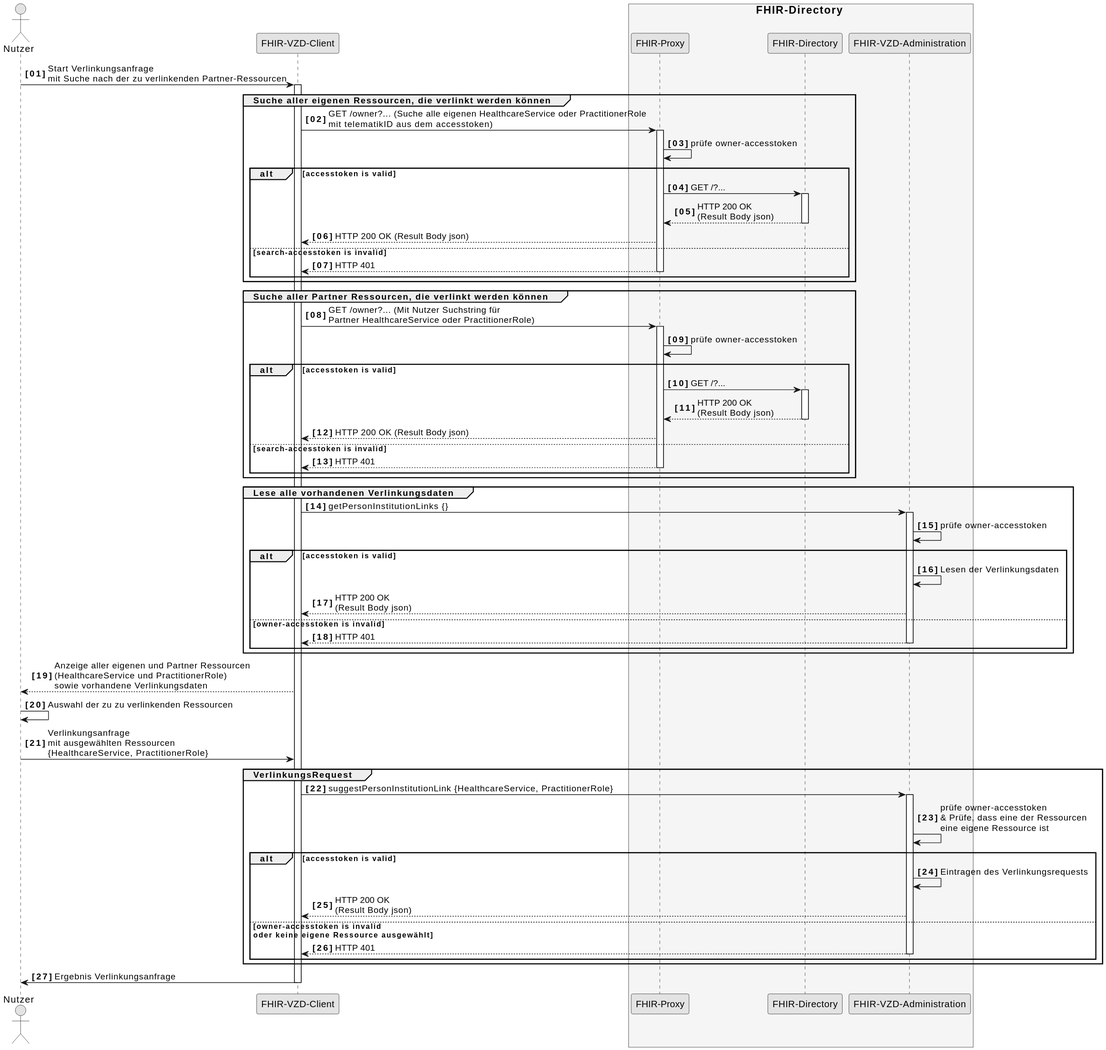
Above: images/diagrams/SequenceDiagram.FHIR-Directory.LinkRequest.svg in gematik/api-vzd (PlantUML), before the change.
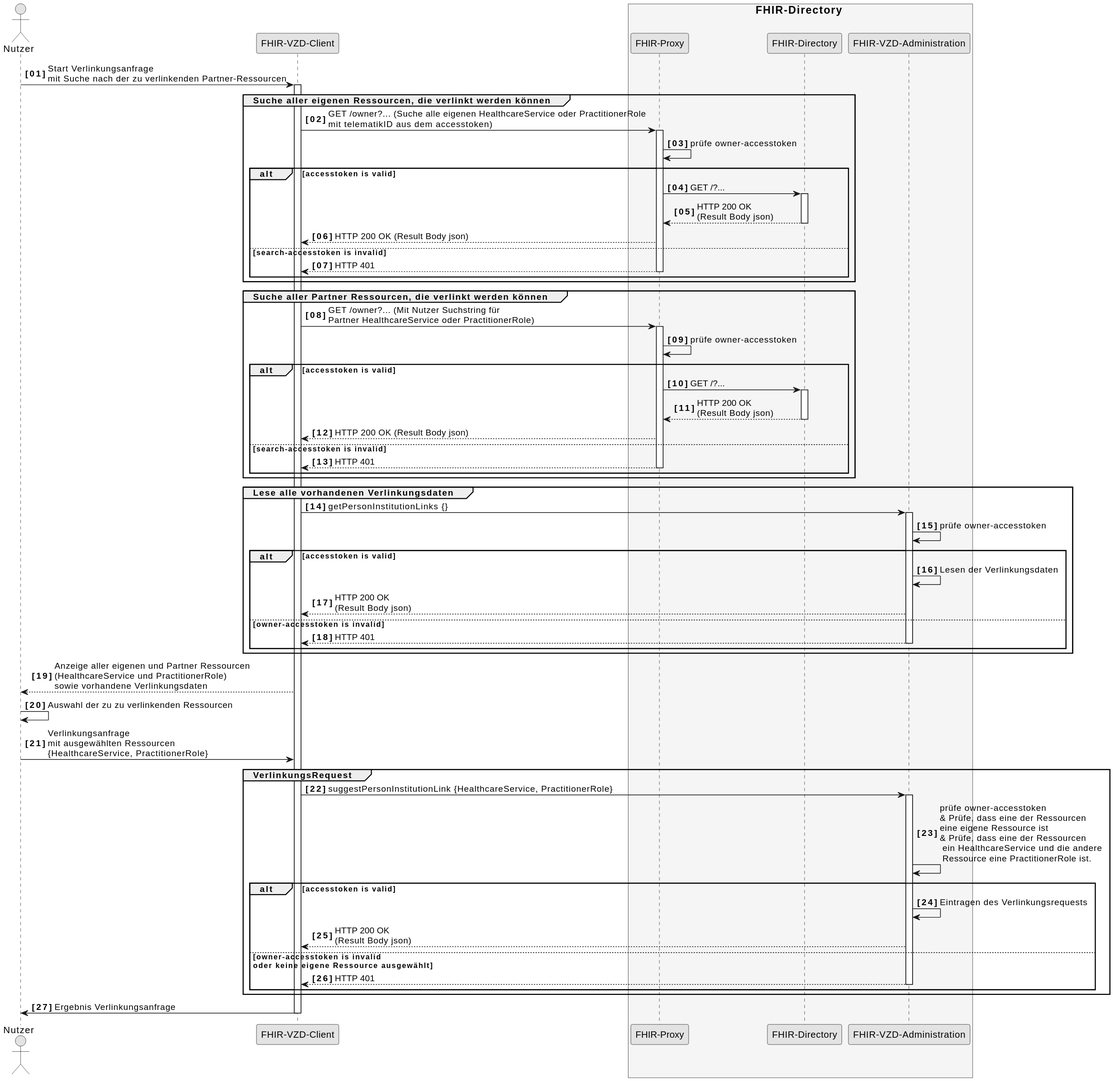
After the change.

Commit message:
Commit from GitHub Actions (GeneratePlantumlImages)

What changed in the source:
```diff
@@ -70,7 +70,7 @@
 group VerlinkungsRequest
   cl -> fa: suggestPersonInstitutionLink {HealthcareService, PractitionerRole}
   activate fa
-  fa -> fa: prüfe owner-accesstoken\n& Prüfe, dass eine der Ressourcen \neine eigene Ressource ist
+  fa -> fa: prüfe owner-accesstoken\n& Prüfe, dass eine der Ressourcen \neine eigene Ressource ist\n& Prüfe, dass eine der Ressourcen\n ein HealthcareService und die andere\n Ressource eine PractitionerRole ist.
 
     alt accesstoken is valid
       fa -> fa: Eintragen des Verlinkungsrequests
```
